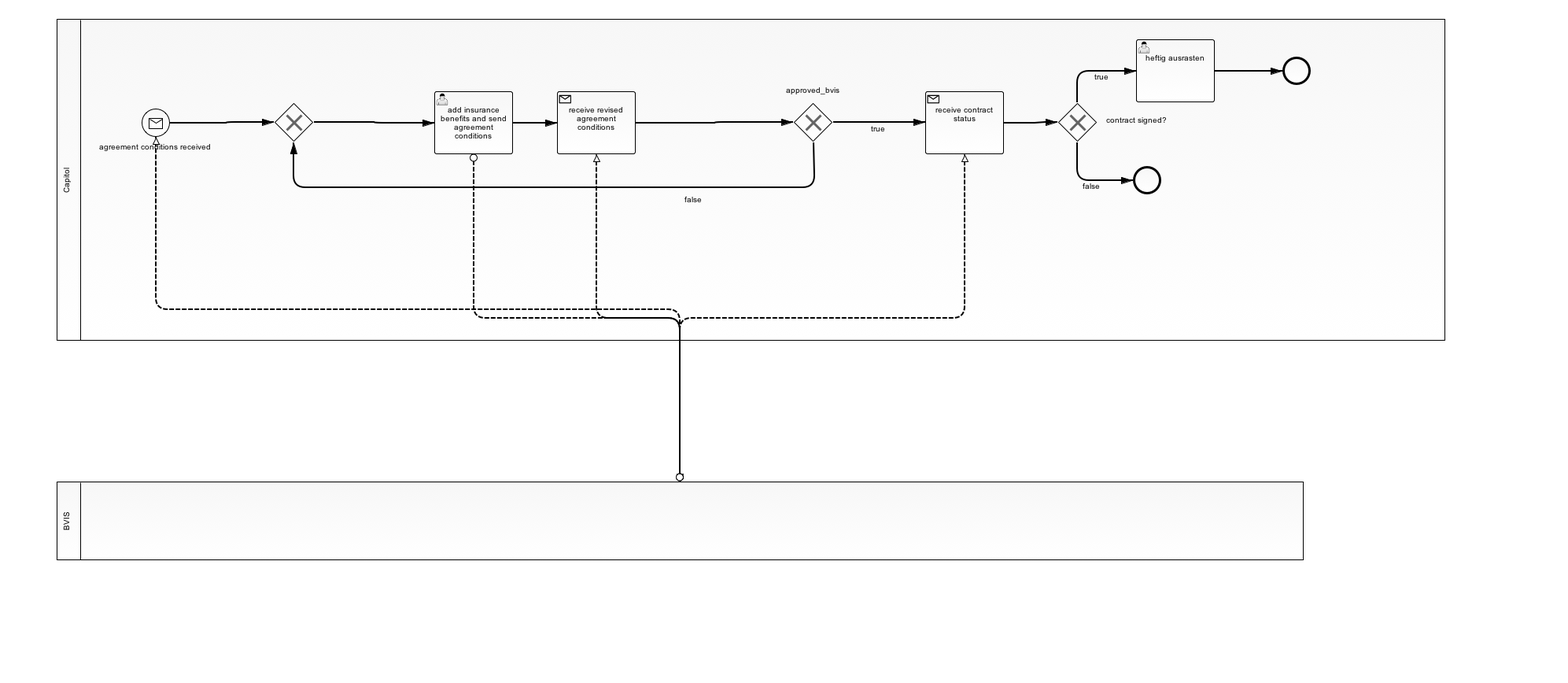
Before: capitol/src/main/resources/rental-agreement-capitol.png, a diagram exported from BPMN (larsbe/capitolNbvis). Its source is kept beside it as capitol/src/main/resources/rental-agreement-capitol.bpmn. Ids are renumbered. The source it was exported from:
```xml
<bpmn2:definitions xmlns:xsi="http://www.w3.org/2001/XMLSchema-instance" xmlns:bpmn2="http://www.omg.org/spec/BPMN/20100524/MODEL" xmlns:bpmndi="http://www.omg.org/spec/BPMN/20100524/DI" xmlns:camunda="http://activiti.org/bpmn" xmlns:dc="http://www.omg.org/spec/DD/20100524/DC" xmlns:di="http://www.omg.org/spec/DD/20100524/DI" xsi:schemaLocation="http://www.omg.org/spec/BPMN/20100524/MODEL BPMN20.xsd" id="_c3Wx4P7gEeSA6IqSjQpelg" exporter="camunda modeler" exporterVersion="2.7.0" targetNamespace="http://activiti.org/bpmn">
  <bpmn2:collaboration id="_Collaboration_2">
    <bpmn2:participant id="pool_capitol" name="Capitol" processRef="rental-agreement_capitol"/>
    <bpmn2:participant id="bvis" name="BVIS"/>
    <bpmn2:messageFlow id="MessageFlow_1" name="" sourceRef="bvis" targetRef="StartEvent_1"/>
    <bpmn2:messageFlow id="MessageFlow_3" name="" sourceRef="UserTask_1" targetRef="bvis"/>
    <bpmn2:messageFlow id="MessageFlow_5" name="" sourceRef="bvis" targetRef="ReceiveTask_1"/>
    <bpmn2:messageFlow id="MessageFlow_9" name="" sourceRef="bvis" targetRef="ReceiveTask_3"/>
  </bpmn2:collaboration>
  <bpmn2:process id="rental-agreement_capitol" isExecutable="false">
    <bpmn2:ioSpecification id="InputOutputSpecification_1"/>
    <bpmn2:startEvent id="StartEvent_1" name="agreement conditions received">
      <bpmn2:outgoing>SequenceFlow_1</bpmn2:outgoing>
      <bpmn2:messageEventDefinition id="_MessageEventDefinition_2"/>
    </bpmn2:startEvent>
    <bpmn2:exclusiveGateway id="ExclusiveGateway_1">
      <bpmn2:incoming>SequenceFlow_1</bpmn2:incoming>
      <bpmn2:incoming>SequenceFlow_23</bpmn2:incoming>
      <bpmn2:outgoing>SequenceFlow_9</bpmn2:outgoing>
    </bpmn2:exclusiveGateway>
    <bpmn2:sequenceFlow id="SequenceFlow_1" name="" sourceRef="StartEvent_1" targetRef="ExclusiveGateway_1"/>
    <bpmn2:exclusiveGateway id="ExclusiveGateway_2" name="contract signed?">
      <bpmn2:incoming>SequenceFlow_25</bpmn2:incoming>
      <bpmn2:outgoing>SequenceFlow_11</bpmn2:outgoing>
      <bpmn2:outgoing>SequenceFlow_12</bpmn2:outgoing>
    </bpmn2:exclusiveGateway>
    <bpmn2:endEvent id="EndEvent_2">
      <bpmn2:incoming>SequenceFlow_28</bpmn2:incoming>
    </bpmn2:endEvent>
    <bpmn2:endEvent id="EndEvent_3">
      <bpmn2:incoming>SequenceFlow_12</bpmn2:incoming>
    </bpmn2:endEvent>
    <bpmn2:sequenceFlow id="SequenceFlow_11" name="true" sourceRef="ExclusiveGateway_2" targetRef="UserTask_2">
      <bpmn2:conditionExpression xsi:type="bpmn2:tFormalExpression" camunda:resource=""/>
    </bpmn2:sequenceFlow>
    <bpmn2:sequenceFlow id="SequenceFlow_12" name="false" sourceRef="ExclusiveGateway_2" targetRef="EndEvent_3"/>
    <bpmn2:userTask id="UserTask_1" camunda:assignee="clerk" name="add insurance benefits and send agreement conditions">
      <bpmn2:incoming>SequenceFlow_9</bpmn2:incoming>
      <bpmn2:outgoing>SequenceFlow_19</bpmn2:outgoing>
    </bpmn2:userTask>
    <bpmn2:sequenceFlow id="SequenceFlow_9" name="" sourceRef="ExclusiveGateway_1" targetRef="UserTask_1"/>
    <bpmn2:exclusiveGateway id="ExclusiveGateway_3" name="approved_bvis">
      <bpmn2:incoming>SequenceFlow_26</bpmn2:incoming>
      <bpmn2:outgoing>SequenceFlow_23</bpmn2:outgoing>
      <bpmn2:outgoing>SequenceFlow_27</bpmn2:outgoing>
    </bpmn2:exclusiveGateway>
    <bpmn2:receiveTask id="ReceiveTask_1" name="receive revised agreement conditions">
      <bpmn2:incoming>SequenceFlow_19</bpmn2:incoming>
      <bpmn2:outgoing>SequenceFlow_26</bpmn2:outgoing>
    </bpmn2:receiveTask>
    <bpmn2:sequenceFlow id="SequenceFlow_19" name="" sourceRef="UserTask_1" targetRef="ReceiveTask_1"/>
    <bpmn2:sequenceFlow id="SequenceFlow_23" name="false" sourceRef="ExclusiveGateway_3" targetRef="ExclusiveGateway_1"/>
    <bpmn2:receiveTask id="ReceiveTask_3" name="receive contract status">
      <bpmn2:incoming>SequenceFlow_27</bpmn2:incoming>
      <bpmn2:outgoing>SequenceFlow_25</bpmn2:outgoing>
    </bpmn2:receiveTask>
    <bpmn2:sequenceFlow id="SequenceFlow_25" name="" sourceRef="ReceiveTask_3" targetRef="ExclusiveGateway_2"/>
    <bpmn2:sequenceFlow id="SequenceFlow_26" name="" sourceRef="ReceiveTask_1" targetRef="ExclusiveGateway_3"/>
    <bpmn2:sequenceFlow id="SequenceFlow_27" name="true" sourceRef="ExclusiveGateway_3" targetRef="ReceiveTask_3"/>
    <bpmn2:userTask id="UserTask_2" name="heftig ausrasten">
      <bpmn2:incoming>SequenceFlow_11</bpmn2:incoming>
      <bpmn2:outgoing>SequenceFlow_28</bpmn2:outgoing>
    </bpmn2:userTask>
    <bpmn2:sequenceFlow id="SequenceFlow_28" name="" sourceRef="UserTask_2" targetRef="EndEvent_2"/>
    <bpmn2:dataObject id="DataObject_1" name="Data Object 1"/>
  </bpmn2:process>
  <bpmndi:BPMNDiagram id="BPMNDiagram_1">
    <bpmndi:BPMNPlane id="BPMNPlane_1" bpmnElement="_Collaboration_2">
      <bpmndi:BPMNShape id="_BPMNShape_Participant_2" bpmnElement="pool_capitol" isHorizontal="true">
        <dc:Bounds height="409.0" width="1765.0" x="72.0" y="24.0"/>
      </bpmndi:BPMNShape>
      <bpmndi:BPMNShape id="_BPMNShape_Participant_3" bpmnElement="bvis" isHorizontal="true">
        <dc:Bounds height="100.0" width="1585.0" x="72.0" y="612.0"/>
      </bpmndi:BPMNShape>
      <bpmndi:BPMNShape id="_BPMNShape_StartEvent_2" bpmnElement="StartEvent_1">
        <dc:Bounds height="36.0" width="36.0" x="180.0" y="138.0"/>
        <bpmndi:BPMNLabel>
          <dc:Bounds height="17.0" width="148.0" x="124.0" y="179.0"/>
        </bpmndi:BPMNLabel>
      </bpmndi:BPMNShape>
      <bpmndi:BPMNEdge id="BPMNEdge_MessageFlow_1" bpmnElement="MessageFlow_1" sourceElement="_BPMNShape_Participant_3" targetElement="_BPMNShape_StartEvent_2">
        <di:waypoint xsi:type="dc:Point" x="864.0" y="612.0"/>
        <di:waypoint xsi:type="dc:Point" x="864.0" y="393.0"/>
        <di:waypoint xsi:type="dc:Point" x="198.0" y="393.0"/>
        <di:waypoint xsi:type="dc:Point" x="198.0" y="174.0"/>
        <bpmndi:BPMNLabel>
          <dc:Bounds height="6.0" width="6.0" x="861.0" y="437.0"/>
        </bpmndi:BPMNLabel>
      </bpmndi:BPMNEdge>
      <bpmndi:BPMNShape id="_BPMNShape_ExclusiveGateway_2" bpmnElement="ExclusiveGateway_1" isMarkerVisible="true">
        <dc:Bounds height="50.0" width="50.0" x="348.0" y="130.0"/>
        <bpmndi:BPMNLabel>
          <dc:Bounds height="0.0" width="0.0" x="373.0" y="185.0"/>
        </bpmndi:BPMNLabel>
      </bpmndi:BPMNShape>
      <bpmndi:BPMNEdge id="BPMNEdge_SequenceFlow_1" bpmnElement="SequenceFlow_1" sourceElement="_BPMNShape_StartEvent_2" targetElement="_BPMNShape_ExclusiveGateway_2">
        <di:waypoint xsi:type="dc:Point" x="216.0" y="156.0"/>
        <di:waypoint xsi:type="dc:Point" x="287.0" y="156.0"/>
        <di:waypoint xsi:type="dc:Point" x="287.0" y="155.0"/>
        <di:waypoint xsi:type="dc:Point" x="348.0" y="155.0"/>
        <bpmndi:BPMNLabel>
          <dc:Bounds height="6.0" width="6.0" x="276.0" y="156.0"/>
        </bpmndi:BPMNLabel>
      </bpmndi:BPMNEdge>
      <bpmndi:BPMNShape id="_BPMNShape_UserTask_4" bpmnElement="UserTask_1">
        <dc:Bounds height="80.0" width="100.0" x="552.0" y="116.0"/>
      </bpmndi:BPMNShape>
      <bpmndi:BPMNEdge id="BPMNEdge_MessageFlow_3" bpmnElement="MessageFlow_3" sourceElement="_BPMNShape_UserTask_4" targetElement="_BPMNShape_Participant_3">
        <di:waypoint xsi:type="dc:Point" x="602.0" y="196.0"/>
        <di:waypoint xsi:type="dc:Point" x="602.0" y="404.0"/>
        <di:waypoint xsi:type="dc:Point" x="864.0" y="404.0"/>
        <di:waypoint xsi:type="dc:Point" x="864.0" y="612.0"/>
        <bpmndi:BPMNLabel>
          <dc:Bounds height="6.0" width="6.0" x="603.0" y="404.0"/>
        </bpmndi:BPMNLabel>
      </bpmndi:BPMNEdge>
      <bpmndi:BPMNShape id="_BPMNShape_ExclusiveGateway_3" bpmnElement="ExclusiveGateway_2" isMarkerVisible="true">
        <dc:Bounds height="50.0" width="50.0" x="1344.0" y="130.0"/>
        <bpmndi:BPMNLabel>
          <dc:Bounds height="17.0" width="83.0" x="1404.0" y="145.0"/>
        </bpmndi:BPMNLabel>
      </bpmndi:BPMNShape>
      <bpmndi:BPMNShape id="_BPMNShape_EndEvent_3" bpmnElement="EndEvent_2">
        <dc:Bounds height="36.0" width="36.0" x="1630.0" y="72.0"/>
        <bpmndi:BPMNLabel>
          <dc:Bounds height="0.0" width="0.0" x="1648.0" y="113.0"/>
        </bpmndi:BPMNLabel>
      </bpmndi:BPMNShape>
      <bpmndi:BPMNShape id="_BPMNShape_EndEvent_4" bpmnElement="EndEvent_3">
        <dc:Bounds height="36.0" width="36.0" x="1440.0" y="211.0"/>
        <bpmndi:BPMNLabel>
          <dc:Bounds height="0.0" width="0.0" x="1458.0" y="252.0"/>
        </bpmndi:BPMNLabel>
      </bpmndi:BPMNShape>
      <bpmndi:BPMNEdge id="BPMNEdge_SequenceFlow_11" bpmnElement="SequenceFlow_11" sourceElement="_BPMNShape_ExclusiveGateway_3" targetElement="_BPMNShape_UserTask_6">
        <di:waypoint xsi:type="dc:Point" x="1369.0" y="130.0"/>
        <di:waypoint xsi:type="dc:Point" x="1369.0" y="90.0"/>
        <di:waypoint xsi:type="dc:Point" x="1444.0" y="90.0"/>
        <bpmndi:BPMNLabel>
          <dc:Bounds height="17.0" width="24.0" x="1389.0" y="90.0"/>
        </bpmndi:BPMNLabel>
      </bpmndi:BPMNEdge>
      <bpmndi:BPMNEdge id="BPMNEdge_SequenceFlow_12" bpmnElement="SequenceFlow_12" sourceElement="_BPMNShape_ExclusiveGateway_3" targetElement="_BPMNShape_EndEvent_4">
        <di:waypoint xsi:type="dc:Point" x="1369.0" y="180.0"/>
        <di:waypoint xsi:type="dc:Point" x="1369.0" y="229.0"/>
        <di:waypoint xsi:type="dc:Point" x="1440.0" y="229.0"/>
        <bpmndi:BPMNLabel>
          <dc:Bounds height="17.0" width="28.0" x="1374.0" y="229.0"/>
        </bpmndi:BPMNLabel>
      </bpmndi:BPMNEdge>
      <bpmndi:BPMNEdge id="BPMNEdge_SequenceFlow_9" bpmnElement="SequenceFlow_9" sourceElement="_BPMNShape_ExclusiveGateway_2" targetElement="_BPMNShape_UserTask_4">
        <di:waypoint xsi:type="dc:Point" x="398.0" y="155.0"/>
        <di:waypoint xsi:type="dc:Point" x="475.0" y="155.0"/>
        <di:waypoint xsi:type="dc:Point" x="475.0" y="156.0"/>
        <di:waypoint xsi:type="dc:Point" x="552.0" y="156.0"/>
      </bpmndi:BPMNEdge>
      <bpmndi:BPMNShape id="_BPMNShape_ExclusiveGateway_5" bpmnElement="ExclusiveGateway_3" isMarkerVisible="true">
        <dc:Bounds height="50.0" width="50.0" x="1008.0" y="130.0"/>
        <bpmndi:BPMNLabel>
          <dc:Bounds height="17.0" width="74.0" x="997.0" y="107.0"/>
        </bpmndi:BPMNLabel>
      </bpmndi:BPMNShape>
      <bpmndi:BPMNShape id="_BPMNShape_ReceiveTask_2" bpmnElement="ReceiveTask_1">
        <dc:Bounds height="80.0" width="100.0" x="708.0" y="116.0"/>
      </bpmndi:BPMNShape>
      <bpmndi:BPMNEdge id="BPMNEdge_MessageFlow_5" bpmnElement="MessageFlow_5" sourceElement="_BPMNShape_Participant_3" targetElement="_BPMNShape_ReceiveTask_2">
        <di:waypoint xsi:type="dc:Point" x="864.0" y="612.0"/>
        <di:waypoint xsi:type="dc:Point" x="864.0" y="404.0"/>
        <di:waypoint xsi:type="dc:Point" x="758.0" y="404.0"/>
        <di:waypoint xsi:type="dc:Point" x="758.0" y="196.0"/>
      </bpmndi:BPMNEdge>
      <bpmndi:BPMNEdge id="BPMNEdge_SequenceFlow_19" bpmnElement="SequenceFlow_19" sourceElement="_BPMNShape_UserTask_4" targetElement="_BPMNShape_ReceiveTask_2">
        <di:waypoint xsi:type="dc:Point" x="652.0" y="156.0"/>
        <di:waypoint xsi:type="dc:Point" x="708.0" y="156.0"/>
      </bpmndi:BPMNEdge>
      <bpmndi:BPMNEdge id="BPMNEdge_SequenceFlow_23" bpmnElement="SequenceFlow_23" sourceElement="_BPMNShape_ExclusiveGateway_5" targetElement="_BPMNShape_ExclusiveGateway_2">
        <di:waypoint xsi:type="dc:Point" x="1034.0" y="180.0"/>
        <di:waypoint xsi:type="dc:Point" x="1035.0" y="238.0"/>
        <di:waypoint xsi:type="dc:Point" x="373.0" y="238.0"/>
        <di:waypoint xsi:type="dc:Point" x="373.0" y="180.0"/>
        <bpmndi:BPMNLabel>
          <dc:Bounds height="17.0" width="108.0" x="828.0" y="246.0"/>
        </bpmndi:BPMNLabel>
      </bpmndi:BPMNEdge>
      <bpmndi:BPMNShape id="_BPMNShape_ReceiveTask_4" bpmnElement="ReceiveTask_3">
        <dc:Bounds height="80.0" width="100.0" x="1176.0" y="116.0"/>
      </bpmndi:BPMNShape>
      <bpmndi:BPMNEdge id="BPMNEdge_SequenceFlow_25" bpmnElement="SequenceFlow_25" sourceElement="_BPMNShape_ReceiveTask_4" targetElement="_BPMNShape_ExclusiveGateway_3">
        <di:waypoint xsi:type="dc:Point" x="1276.0" y="156.0"/>
        <di:waypoint xsi:type="dc:Point" x="1300.0" y="156.0"/>
        <di:waypoint xsi:type="dc:Point" x="1344.0" y="155.0"/>
        <bpmndi:BPMNLabel>
          <dc:Bounds height="6.0" width="6.0" x="1301.0" y="156.0"/>
        </bpmndi:BPMNLabel>
      </bpmndi:BPMNEdge>
      <bpmndi:BPMNEdge id="BPMNEdge_SequenceFlow_26" bpmnElement="SequenceFlow_26" sourceElement="_BPMNShape_ReceiveTask_2" targetElement="_BPMNShape_ExclusiveGateway_5">
        <di:waypoint xsi:type="dc:Point" x="808.0" y="156.0"/>
        <di:waypoint xsi:type="dc:Point" x="908.0" y="156.0"/>
        <di:waypoint xsi:type="dc:Point" x="908.0" y="155.0"/>
        <di:waypoint xsi:type="dc:Point" x="1008.0" y="155.0"/>
      </bpmndi:BPMNEdge>
      <bpmndi:BPMNEdge id="BPMNEdge_MessageFlow_9" bpmnElement="MessageFlow_9" sourceElement="_BPMNShape_Participant_3" targetElement="_BPMNShape_ReceiveTask_4">
        <di:waypoint xsi:type="dc:Point" x="864.0" y="612.0"/>
        <di:waypoint xsi:type="dc:Point" x="864.0" y="404.0"/>
        <di:waypoint xsi:type="dc:Point" x="1226.0" y="404.0"/>
        <di:waypoint xsi:type="dc:Point" x="1226.0" y="196.0"/>
        <bpmndi:BPMNLabel>
          <dc:Bounds height="6.0" width="6.0" x="1126.0" y="404.0"/>
        </bpmndi:BPMNLabel>
      </bpmndi:BPMNEdge>
      <bpmndi:BPMNEdge id="BPMNEdge_SequenceFlow_27" bpmnElement="SequenceFlow_27" sourceElement="_BPMNShape_ExclusiveGateway_5" targetElement="_BPMNShape_ReceiveTask_4">
        <di:waypoint xsi:type="dc:Point" x="1058.0" y="155.0"/>
        <di:waypoint xsi:type="dc:Point" x="1176.0" y="156.0"/>
        <bpmndi:BPMNLabel>
          <dc:Bounds height="17.0" width="24.0" x="1105.0" y="156.0"/>
        </bpmndi:BPMNLabel>
      </bpmndi:BPMNEdge>
      <bpmndi:BPMNShape id="_BPMNShape_UserTask_6" bpmnElement="UserTask_2">
        <dc:Bounds height="80.0" width="100.0" x="1444.0" y="50.0"/>
      </bpmndi:BPMNShape>
      <bpmndi:BPMNEdge id="BPMNEdge_SequenceFlow_28" bpmnElement="SequenceFlow_28" sourceElement="_BPMNShape_UserTask_6" targetElement="_BPMNShape_EndEvent_3">
        <di:waypoint xsi:type="dc:Point" x="1544.0" y="90.0"/>
        <di:waypoint xsi:type="dc:Point" x="1590.0" y="90.0"/>
        <di:waypoint xsi:type="dc:Point" x="1630.0" y="90.0"/>
      </bpmndi:BPMNEdge>
    </bpmndi:BPMNPlane>
  </bpmndi:BPMNDiagram>
</bpmn2:definitions>
```
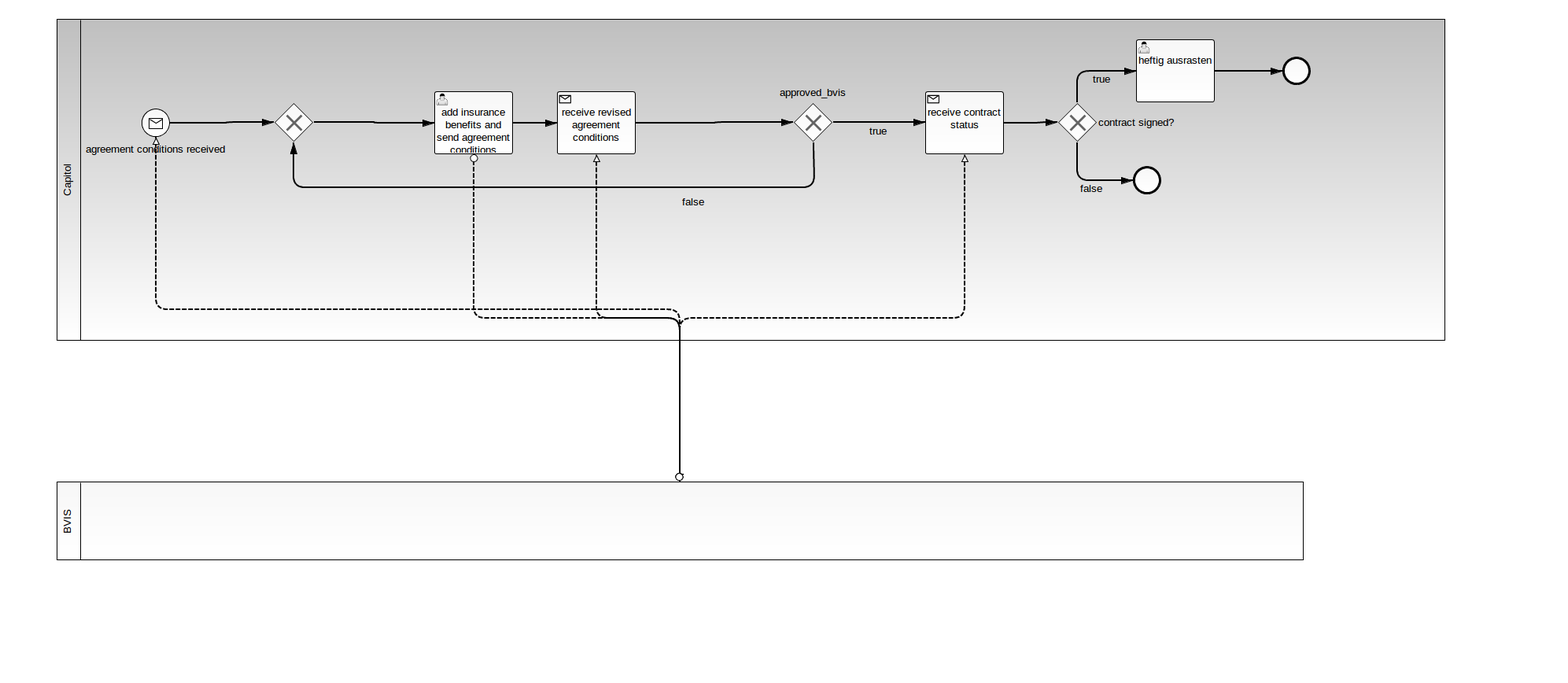
After the commit.

Change to the diagram source:
```diff
@@ -7,11 +7,11 @@
     <bpmn2:messageFlow id="MessageFlow_5" name="" sourceRef="bvis" targetRef="ReceiveTask_1"/>
     <bpmn2:messageFlow id="MessageFlow_9" name="" sourceRef="bvis" targetRef="ReceiveTask_3"/>
   </bpmn2:collaboration>
-  <bpmn2:process id="rental-agreement_capitol" isExecutable="false">
-    <bpmn2:ioSpecification id="InputOutputSpecification_1"/>
+  <message id="agreementConditions" name="agreementConditions" />
+  <bpmn2:process id="rental-agreement_capitol" isExecutable="true">
     <bpmn2:startEvent id="StartEvent_1" name="agreement conditions received">
       <bpmn2:outgoing>SequenceFlow_1</bpmn2:outgoing>
-      <bpmn2:messageEventDefinition id="_MessageEventDefinition_2"/>
+      <bpmn2:messageEventDefinition id="_MessageEventDefinition_2" messageRef="agreementConditions" />
     </bpmn2:startEvent>
     <bpmn2:exclusiveGateway id="ExclusiveGateway_1">
       <bpmn2:incoming>SequenceFlow_1</bpmn2:incoming>
```
